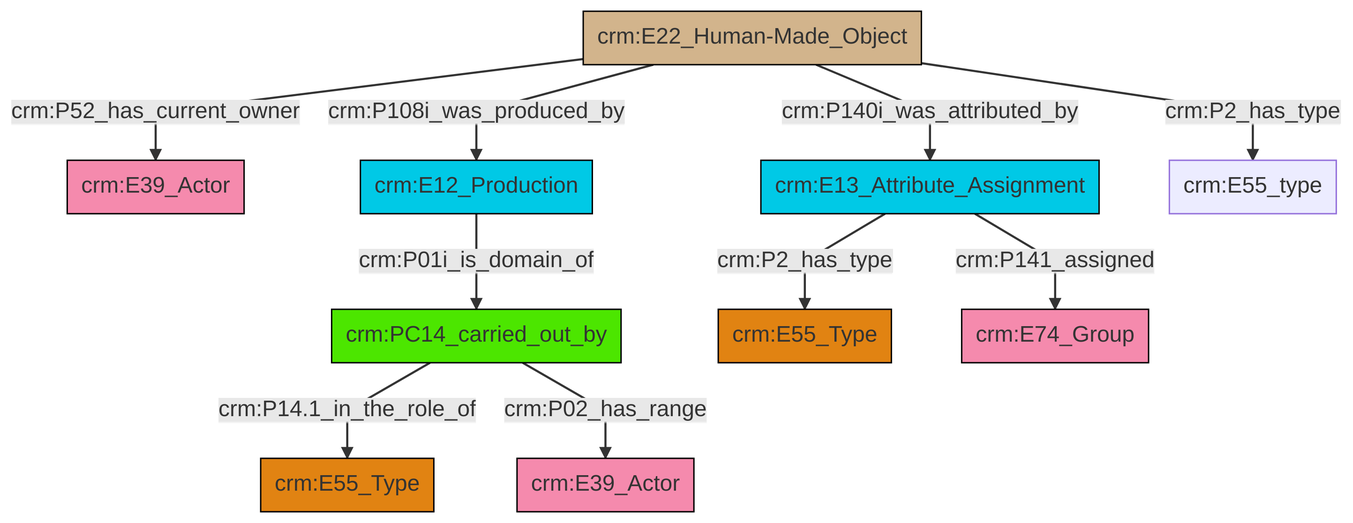
swiss-art-research-net/reference-data-models keeps this Mermaid diagram as et/builtWorkCSV/ttl/mmd/png/Built_Work_actor_relations.png. Above is the earlier version. Its source is kept beside it as et/builtWorkCSV/ttl/mmd/Built_Work_actor_relations.ttl.mmd.
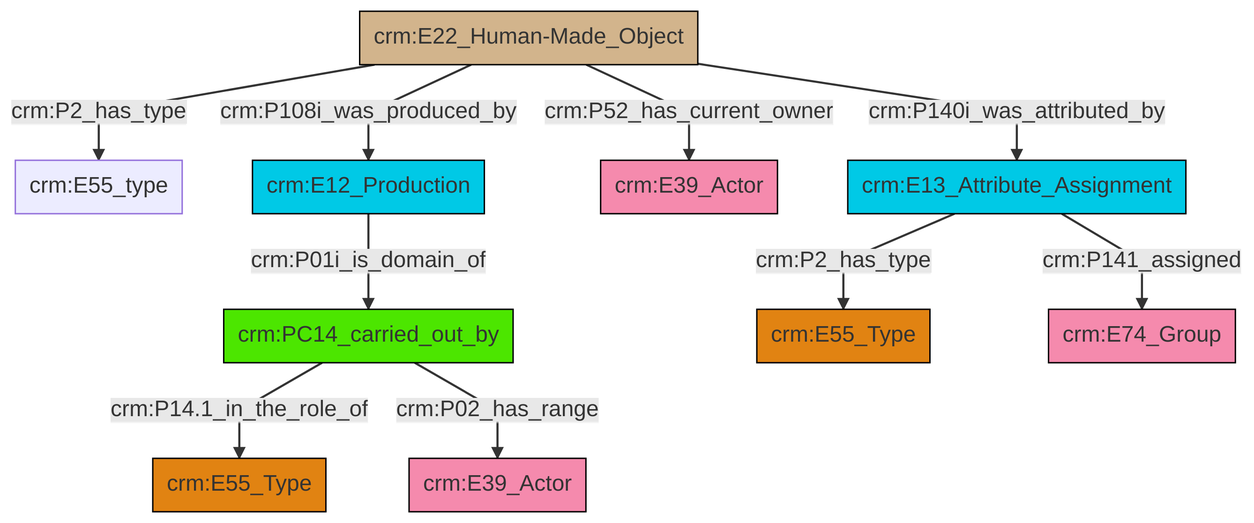
After the change.

Diff of the diagram source:
```diff
@@ -13,12 +13,12 @@
 classDef PC_Classes fill:#4ce600, stroke:#000000;
 classDef Multi fill:#cccccc,stroke:#000000;
 
-2["crm:E12_Production"]:::Temporal_Entity -->|crm:P01i_is_domain_of| 3["crm:PC14_carried_out_by"]:::PC_Classes
-5["crm:E22_Human-Made_Object"]:::Physical_Thing -->|crm:P52_has_current_owner| 6["crm:E39_Actor"]:::Actor
-7["crm:E13_Attribute_Assignment"]:::Temporal_Entity -->|crm:P2_has_type| 0["crm:E55_Type"]:::Type
-5["crm:E22_Human-Made_Object"]:::Physical_Thing -->|crm:P108i_was_produced_by| 2["crm:E12_Production"]:::Temporal_Entity
-7["crm:E13_Attribute_Assignment"]:::Temporal_Entity -->|crm:P141_assigned| 10["crm:E74_Group"]:::Actor
-5["crm:E22_Human-Made_Object"]:::Physical_Thing -->|crm:P140i_was_attributed_by| 7["crm:E13_Attribute_Assignment"]:::Temporal_Entity
-3["crm:PC14_carried_out_by"]:::PC_Classes -->|crm:P14.1_in_the_role_of| 13["crm:E55_Type"]:::Type
-5["crm:E22_Human-Made_Object"]:::Physical_Thing -->|crm:P2_has_type| 14["crm:E55_type"]:::Default
-3["crm:PC14_carried_out_by"]:::PC_Classes -->|crm:P02_has_range| 15["crm:E39_Actor"]:::Actor
+2["crm:E22_Human-Made_Object"]:::Physical_Thing -->|crm:P2_has_type| 3["crm:E55_type"]:::Default
+9["crm:E12_Production"]:::Temporal_Entity -->|crm:P01i_is_domain_of| 5["crm:PC14_carried_out_by"]:::PC_Classes
+2["crm:E22_Human-Made_Object"]:::Physical_Thing -->|crm:P108i_was_produced_by| 9["crm:E12_Production"]:::Temporal_Entity
+5["crm:PC14_carried_out_by"]:::PC_Classes -->|crm:P14.1_in_the_role_of| 10["crm:E55_Type"]:::Type
+2["crm:E22_Human-Made_Object"]:::Physical_Thing -->|crm:P52_has_current_owner| 15["crm:E39_Actor"]:::Actor
+2["crm:E22_Human-Made_Object"]:::Physical_Thing -->|crm:P140i_was_attributed_by| 7["crm:E13_Attribute_Assignment"]:::Temporal_Entity
+7["crm:E13_Attribute_Assignment"]:::Temporal_Entity -->|crm:P2_has_type| 13["crm:E55_Type"]:::Type
+5["crm:PC14_carried_out_by"]:::PC_Classes -->|crm:P02_has_range| 16["crm:E39_Actor"]:::Actor
+7["crm:E13_Attribute_Assignment"]:::Temporal_Entity -->|crm:P141_assigned| 0["crm:E74_Group"]:::Actor
```
